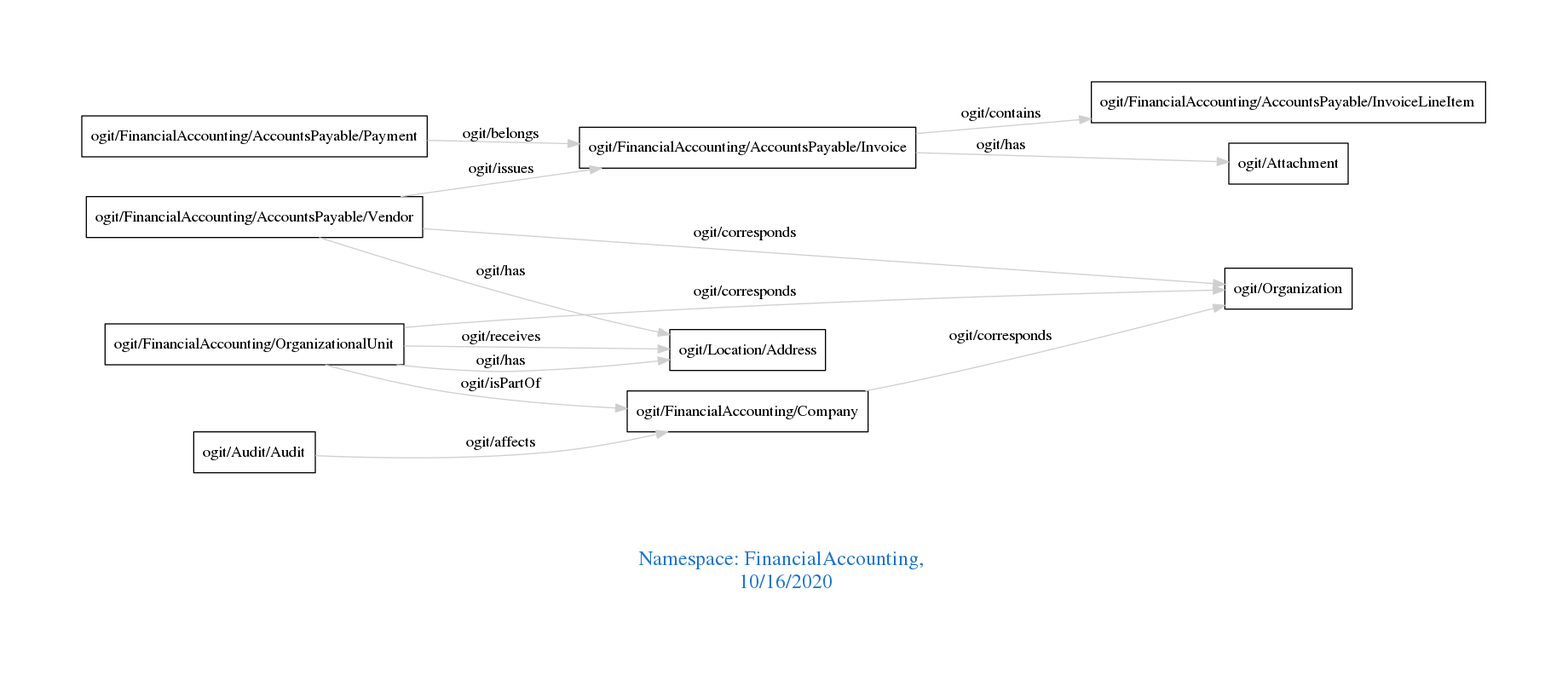
Earlier version of the Graphviz export downloads/FinancialAccounting.png (arago/OGIT). Its source is kept beside it as downloads/FinancialAccounting.dot.
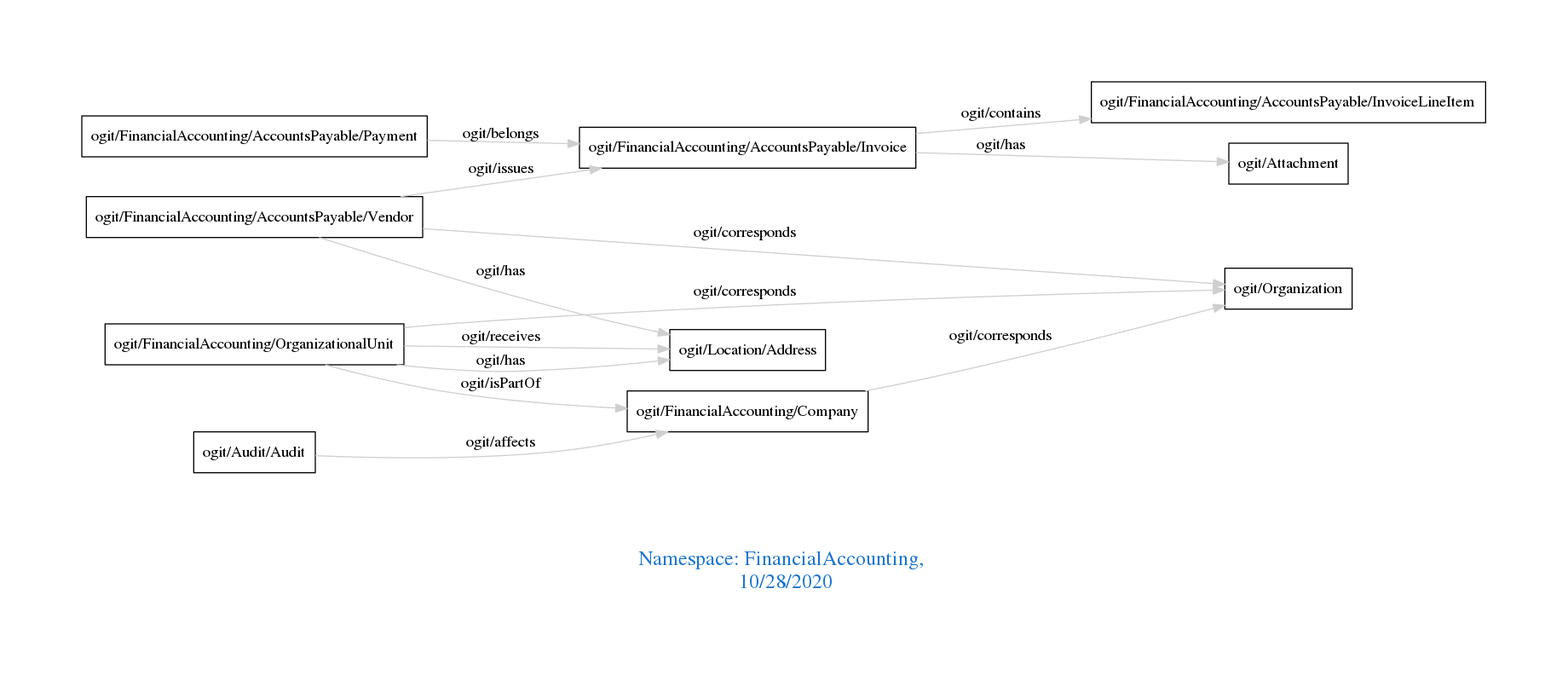
The same file after the commit.

The edit, as a diff of the source:
```diff
@@ -1,7 +1,7 @@
 digraph OGIT_ontology {
  graph [ rankdir= LR,pad=1
 fontsize = 18,
-fontcolor= dodgerblue3,label = "\n\n\nNamespace: FinancialAccounting, \n 10/16/2020"];
+fontcolor= dodgerblue3,label = "\n\n\nNamespace: FinancialAccounting, \n 10/28/2020"];
 node[shape=polygon];
 edge [  color="gray81"];
 
```
